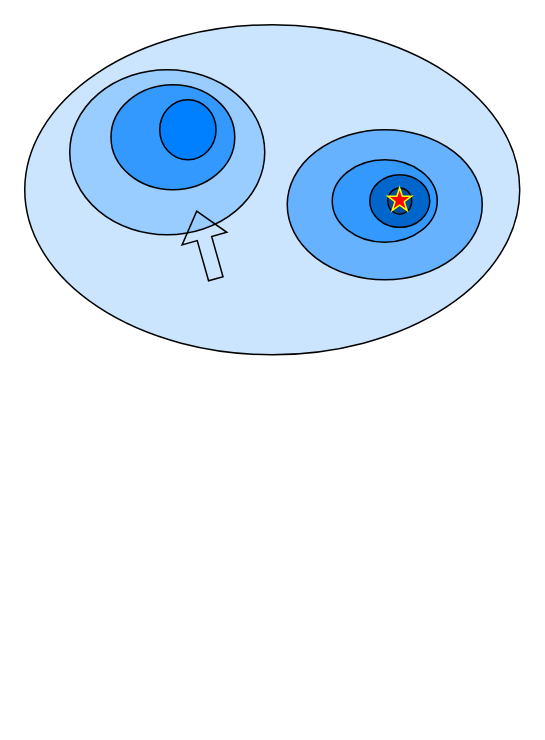
Before: EAM对梯度优势分析.drawio in Tarseus/drawio, a draw.io diagram. Source tidied: cells renumbered, new cells numbered last; positions are measured from the earlier drawing's top-left corner, leaving out a move shared by most shapes. Both pictures are drawn from the tidied source at 150%, with x=0, y=0 at pixel (24, 24).
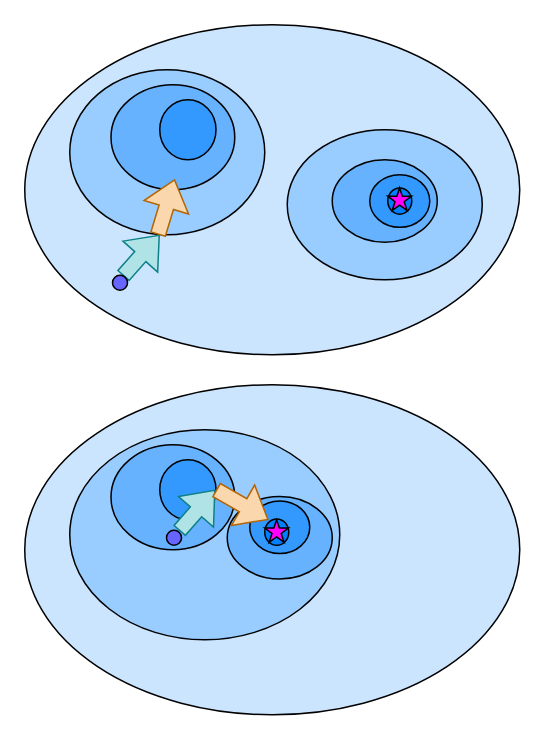
After the change.

Commit message (it also covers changes not shown here):
更新EAM对梯度优势分析.drawio

What changed in the source:
```diff
@@
-    <mxCell id="4" style="ellipse;whiteSpace=wrap;html=1;fillColor=#3399FF;" parent="1" vertex="1">
+    <mxCell id="4" style="ellipse;whiteSpace=wrap;html=1;fillColor=#66B2FF;" parent="1" vertex="1">
       <mxGeometry x="57.5" y="40" width="82.5" height="70" as="geometry" />
     </mxCell>
-    <mxCell id="5" style="ellipse;whiteSpace=wrap;html=1;fillColor=#66B2FF;" parent="1" vertex="1">
+    <mxCell id="5" style="ellipse;whiteSpace=wrap;html=1;fillColor=#99CCFF;" parent="1" vertex="1">
       <mxGeometry x="175" y="70" width="130" height="100" as="geometry" />
     </mxCell>
-    <mxCell id="6" style="ellipse;whiteSpace=wrap;html=1;fillColor=#3399FF;" parent="1" vertex="1">
+    <mxCell id="6" style="ellipse;whiteSpace=wrap;html=1;fillColor=#66B2FF;" parent="1" vertex="1">
       <mxGeometry x="205" y="90" width="70" height="55" as="geometry" />
     </mxCell>
-    <mxCell id="7" style="ellipse;whiteSpace=wrap;html=1;fillColor=#0066CC;" parent="1" vertex="1">
+    <mxCell id="7" style="ellipse;whiteSpace=wrap;html=1;fillColor=#3399FF;" parent="1" vertex="1">
       <mxGeometry x="230" y="100" width="40" height="35" as="geometry" />
     </mxCell>
-    <mxCell id="8" style="ellipse;whiteSpace=wrap;html=1;fillColor=#007FFF;" parent="1" vertex="1">
+    <mxCell id="8" style="ellipse;whiteSpace=wrap;html=1;fillColor=#3399FF;" parent="1" vertex="1">
       <mxGeometry x="90" y="50" width="37.5" height="40" as="geometry" />
     </mxCell>
-    <mxCell id="9" style="ellipse;whiteSpace=wrap;html=1;fillColor=#004C99;" parent="1" vertex="1">
+    <mxCell id="9" style="ellipse;whiteSpace=wrap;html=1;fillColor=#007FFF;" parent="1" vertex="1">
       <mxGeometry x="242" y="108.8" width="16" height="17.5" as="geometry" />
     </mxCell>
-    <mxCell id="10" style="verticalLabelPosition=bottom;verticalAlign=top;html=1;shape=mxgraph.basic.star;fillColor=#FF0000;strokeColor=#FFFF00;" parent="1" vertex="1">
+    <mxCell id="10" style="verticalLabelPosition=bottom;verticalAlign=top;html=1;shape=mxgraph.basic.star;fillColor=#FF00FF;strokeColor=#000000;" parent="1" vertex="1">
       <mxGeometry x="242" y="108.8" width="15.8" height="15" as="geometry" />
     </mxCell>
-    <mxCell id="11" style="shape=flexArrow;endArrow=classic;html=1;rounded=0;" parent="1" edge="1">
+    <mxCell id="11" style="shape=flexArrow;endArrow=classic;html=1;rounded=0;fillColor=#b0e3e6;strokeColor=#0e8088;" parent="1" edge="1">
       <mxGeometry relative="1" as="geometry">
-        <mxPoint x="127.5" y="169.8" as="sourcePoint" />
-        <mxPoint x="114.5" y="123.8" as="targetPoint" />
+        <mxPoint x="65.5" y="167.5" as="sourcePoint" />
+        <mxPoint x="90" y="140" as="targetPoint" />
       </mxGeometry>
     </mxCell>
+    <mxCell id="12" style="shape=flexArrow;endArrow=classic;html=1;rounded=0;fillColor=#fad7ac;strokeColor=#b46504;" parent="1" edge="1">
+      <mxGeometry relative="1" as="geometry">
+        <mxPoint x="88.8" y="140" as="sourcePoint" />
+        <mxPoint x="100" y="103" as="targetPoint" />
+      </mxGeometry>
+    </mxCell>
+    <mxCell id="13" style="ellipse;whiteSpace=wrap;html=1;fillColor=#6666FF;" parent="1" vertex="1">
+      <mxGeometry x="58.5" y="167" width="10" height="10" as="geometry" />
+    </mxCell>
+    <mxCell id="14" style="ellipse;whiteSpace=wrap;html=1;fillColor=#CCE5FF;strokeColor=#000000;" parent="1" vertex="1">
+      <mxGeometry y="240" width="330" height="220" as="geometry" />
+    </mxCell>
+    <mxCell id="15" style="ellipse;whiteSpace=wrap;html=1;fillColor=#99CCFF;strokeColor=#000000;" parent="1" vertex="1">
+      <mxGeometry x="30" y="270" width="180" height="140" as="geometry" />
+    </mxCell>
+    <mxCell id="16" style="ellipse;whiteSpace=wrap;html=1;fillColor=#66B2FF;" parent="1" vertex="1">
+      <mxGeometry x="57.5" y="280" width="82.5" height="70" as="geometry" />
+    </mxCell>
+    <mxCell id="17" style="ellipse;whiteSpace=wrap;html=1;fillColor=#66B2FF;" parent="1" vertex="1">
+      <mxGeometry x="135" y="314.5" width="70" height="55" as="geometry" />
+    </mxCell>
+    <mxCell id="18" style="ellipse;whiteSpace=wrap;html=1;fillColor=#3399FF;" parent="1" vertex="1">
+      <mxGeometry x="150" y="317.5" width="40" height="35" as="geometry" />
+    </mxCell>
+    <mxCell id="19" style="ellipse;whiteSpace=wrap;html=1;fillColor=#3399FF;" parent="1" vertex="1">
+      <mxGeometry x="90" y="290" width="37.5" height="40" as="geometry" />
+    </mxCell>
+    <mxCell id="20" style="ellipse;whiteSpace=wrap;html=1;fillColor=#007FFF;" parent="1" vertex="1">
+      <mxGeometry x="160" y="329.5" width="16" height="17.5" as="geometry" />
+    </mxCell>
+    <mxCell id="21" style="verticalLabelPosition=bottom;verticalAlign=top;html=1;shape=mxgraph.basic.star;fillColor=#FF00FF;strokeColor=#000000;" parent="1" vertex="1">
+      <mxGeometry x="160" y="330" width="15.8" height="15" as="geometry" />
+    </mxCell>
+    <mxCell id="22" style="shape=flexArrow;endArrow=classic;html=1;rounded=0;fillColor=#b0e3e6;strokeColor=#0e8088;" parent="1" edge="1">
+      <mxGeometry relative="1" as="geometry">
+        <mxPoint x="103" y="337.5" as="sourcePoint" />
+        <mxPoint x="127" y="310" as="targetPoint" />
+      </mxGeometry>
+    </mxCell>
+    <mxCell id="23" style="shape=flexArrow;endArrow=classic;html=1;rounded=0;fillColor=#fad7ac;strokeColor=#b46504;" parent="1" edge="1">
+      <mxGeometry relative="1" as="geometry">
+        <mxPoint x="127.5" y="310" as="sourcePoint" />
+        <mxPoint x="162.5" y="330" as="targetPoint" />
+      </mxGeometry>
+    </mxCell>
+    <mxCell id="24" style="ellipse;whiteSpace=wrap;html=1;fillColor=#6666FF;" parent="1" vertex="1">
+      <mxGeometry x="94.5" y="337" width="10" height="10" as="geometry" />
+    </mxCell>
```
